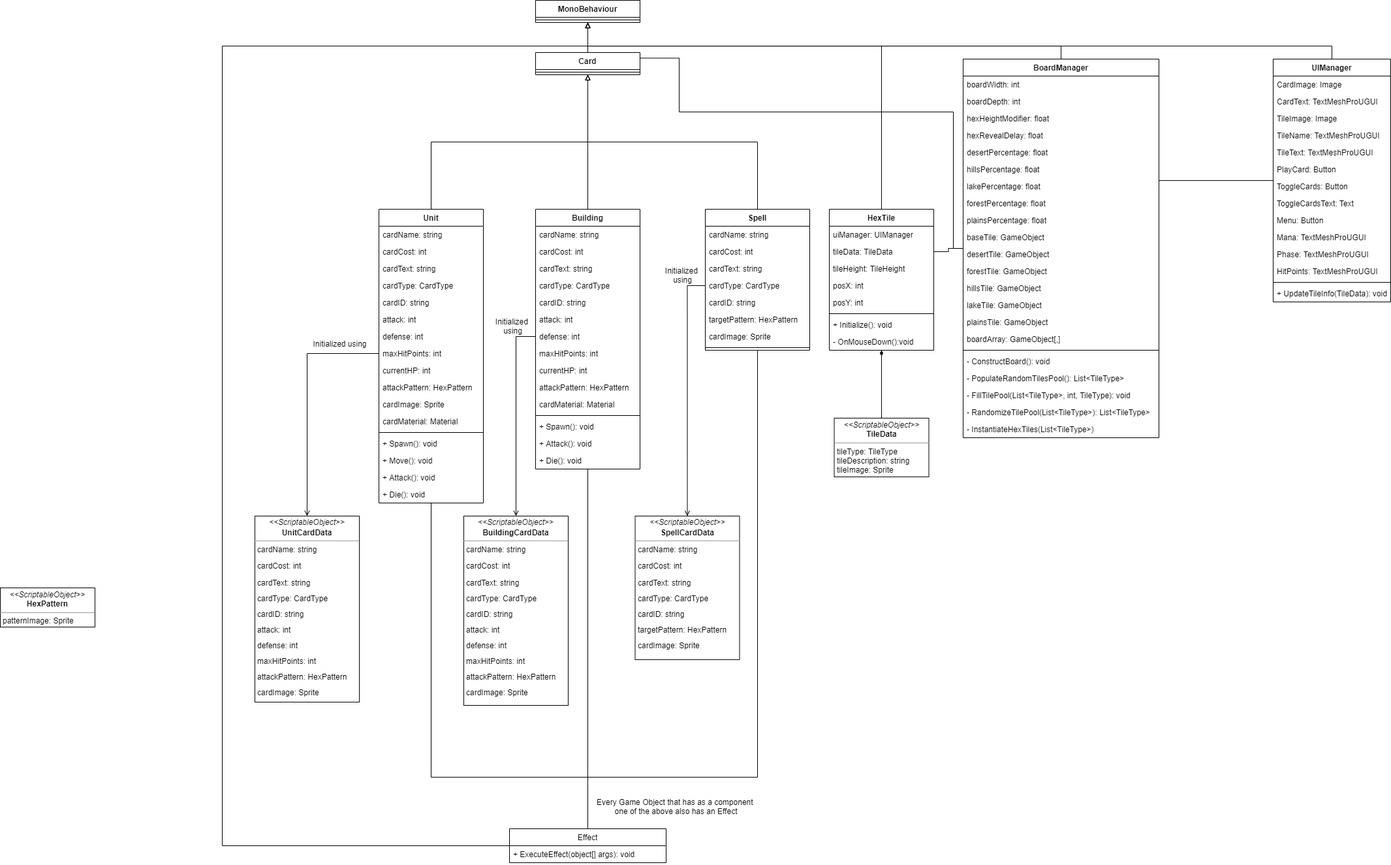
Earlier version of the draw.io export Diagrams/Class Diagram v0.3.png (Syrko/Ptixiaki-Ergasia). Source tidied: cells renumbered, new cells last; positions are measured from the earlier drawing's top-left corner, leaving out a move shared by most shapes.
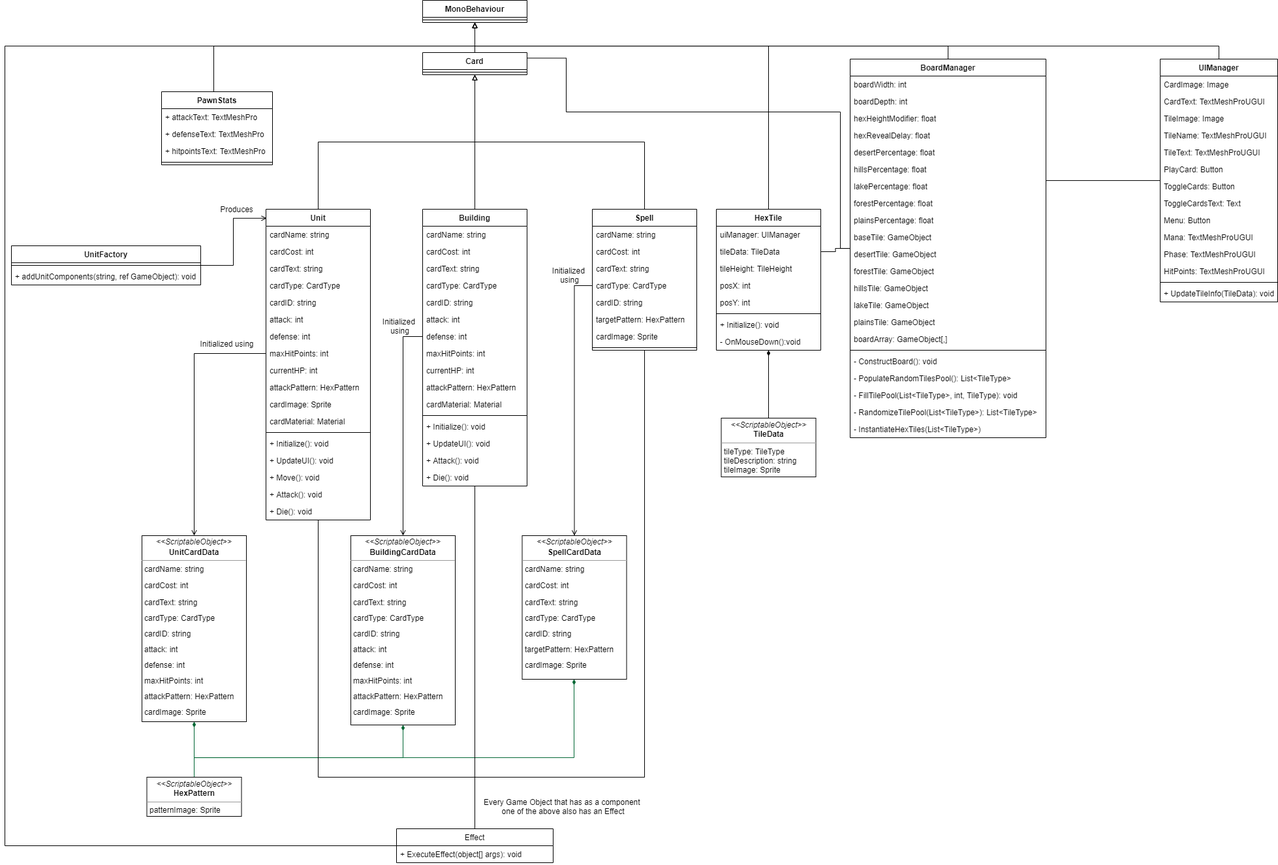
The same diagram one commit later.

Commit message:
Class diagram update

What changed in the source:
```diff
@@ -15,7 +15,7 @@
       <mxGeometry relative="1" as="geometry" />
     </mxCell>
     <mxCell id="6" value="Unit" style="swimlane;fontStyle=1;align=center;verticalAlign=top;horizontal=1;startSize=26;" parent="1" vertex="1">
-      <mxGeometry x="580" y="320" width="160" height="450" as="geometry" />
+      <mxGeometry x="580" y="320" width="160" height="476" as="geometry" />
     </mxCell>
     <mxCell id="7" value="cardName: string" style="text;strokeColor=none;fillColor=none;align=left;verticalAlign=top;spacingLeft=4;spacingRight=4;overflow=hidden;" parent="6" vertex="1">
       <mxGeometry y="26" width="160" height="26" as="geometry" />
@@ -56,17 +56,20 @@
     <mxCell id="19" style="line;strokeWidth=1;fillColor=none;align=left;verticalAlign=middle;spacingTop=-1;spacingLeft=3;spacingRight=3;labelPosition=right;" parent="6" vertex="1">
       <mxGeometry y="338" width="160" height="8" as="geometry" />
     </mxCell>
-    <mxCell id="20" value="+ Spawn(): void" style="text;strokeColor=none;fillColor=none;align=left;verticalAlign=top;spacingLeft=4;spacingRight=4;overflow=hidden;" parent="6" vertex="1">
+    <mxCell id="20" value="+ Initialize(): void" style="text;strokeColor=none;fillColor=none;align=left;verticalAlign=top;spacingLeft=4;spacingRight=4;overflow=hidden;" parent="6" vertex="1">
       <mxGeometry y="346" width="160" height="26" as="geometry" />
     </mxCell>
+    <mxCell id="125" value="+ UpdateUI(): void" style="text;strokeColor=none;fillColor=none;align=left;verticalAlign=top;spacingLeft=4;spacingRight=4;overflow=hidden;" parent="6" vertex="1">
+      <mxGeometry y="372" width="160" height="26" as="geometry" />
+    </mxCell>
     <mxCell id="21" value="+ Move(): void" style="text;strokeColor=none;fillColor=none;align=left;verticalAlign=top;spacingLeft=4;spacingRight=4;overflow=hidden;" parent="6" vertex="1">
-      <mxGeometry y="372" width="160" height="26" as="geometry" />
+      <mxGeometry y="398" width="160" height="26" as="geometry" />
     </mxCell>
     <mxCell id="22" value="+ Attack(): void" style="text;strokeColor=none;fillColor=none;align=left;verticalAlign=top;spacingLeft=4;spacingRight=4;overflow=hidden;" parent="6" vertex="1">
-      <mxGeometry y="398" width="160" height="26" as="geometry" />
+      <mxGeometry y="424" width="160" height="26" as="geometry" />
     </mxCell>
     <mxCell id="23" value="+ Die(): void" style="text;strokeColor=none;fillColor=none;align=left;verticalAlign=top;spacingLeft=4;spacingRight=4;overflow=hidden;" parent="6" vertex="1">
-      <mxGeometry y="424" width="160" height="26" as="geometry" />
+      <mxGeometry y="450" width="160" height="26" as="geometry" />
     </mxCell>
     <mxCell id="24" style="edgeStyle=orthogonalEdgeStyle;rounded=0;jettySize=auto;html=1;exitX=0.5;exitY=0;exitDx=0;exitDy=0;endArrow=block;endFill=0;" parent="1" edge="1" source="25" target="3">
       <mxGeometry relative="1" as="geometry" />
@@ -302,22 +305,41 @@
       <mxGeometry relative="1" as="geometry" />
     </mxCell>
     <mxCell id="93" value="&lt;p style=&quot;margin: 4px 0px 0px ; text-align: center ; line-height: 1&quot;&gt;&lt;i&gt;&amp;lt;&amp;lt;ScriptableObject&amp;gt;&amp;gt;&lt;/i&gt;&lt;/p&gt;&lt;p style=&quot;margin: 4px 0px 0px ; text-align: center ; line-height: 1&quot;&gt;&lt;b&gt;UnitCardData&lt;/b&gt;&lt;/p&gt;&lt;hr size=&quot;1&quot;&gt;&lt;p style=&quot;margin: 0px ; margin-left: 4px&quot;&gt;cardName: string&lt;/p&gt;&lt;p style=&quot;margin: 0px 0px 0px 4px ; line-height: 1&quot;&gt;&lt;br&gt;&lt;/p&gt;&lt;p style=&quot;margin: 0px 0px 0px 4px ; line-height: 1&quot;&gt;cardCost: int&lt;/p&gt;&lt;p style=&quot;margin: 0px ; margin-left: 4px&quot;&gt;&lt;br&gt;&lt;/p&gt;&lt;p style=&quot;margin: 0px 0px 0px 4px ; line-height: 1&quot;&gt;cardText: string&lt;/p&gt;&lt;p style=&quot;margin: 0px 0px 0px 4px ; line-height: 1&quot;&gt;&lt;br&gt;&lt;/p&gt;&lt;p style=&quot;margin: 0px 0px 0px 4px ; line-height: 1&quot;&gt;cardType: CardType&lt;/p&gt;&lt;p style=&quot;margin: 0px 0px 0px 4px ; line-height: 1&quot;&gt;&lt;br&gt;&lt;/p&gt;&lt;p style=&quot;margin: 0px 0px 0px 4px ; line-height: 1&quot;&gt;cardID: string&lt;/p&gt;&lt;p style=&quot;margin: 0px 0px 0px 4px ; line-height: 1&quot;&gt;&lt;br&gt;&lt;/p&gt;&lt;p style=&quot;margin: 0px 0px 0px 4px ; line-height: 1&quot;&gt;attack: int&lt;/p&gt;&lt;p style=&quot;margin: 0px 0px 0px 4px ; line-height: 1&quot;&gt;&lt;br&gt;&lt;/p&gt;&lt;p style=&quot;margin: 0px 0px 0px 4px ; line-height: 1&quot;&gt;defense: int&lt;/p&gt;&lt;p style=&quot;margin: 0px 0px 0px 4px ; line-height: 1&quot;&gt;&lt;br&gt;&lt;/p&gt;&lt;p style=&quot;margin: 0px 0px 0px 4px ; line-height: 1&quot;&gt;maxHitPoints: int&lt;/p&gt;&lt;p style=&quot;margin: 0px 0px 0px 4px ; line-height: 1&quot;&gt;&lt;br&gt;&lt;/p&gt;&lt;p style=&quot;margin: 0px 0px 0px 4px ; line-height: 1&quot;&gt;attackPattern: HexPattern&lt;/p&gt;&lt;p style=&quot;margin: 0px 0px 0px 4px ; line-height: 1&quot;&gt;&lt;br&gt;&lt;/p&gt;&lt;p style=&quot;margin: 0px 0px 0px 4px ; line-height: 1&quot;&gt;cardImage: Sprite&lt;br&gt;&lt;/p&gt;&lt;p style=&quot;margin: 0px ; margin-left: 4px&quot;&gt;&lt;br&gt;&lt;/p&gt;" style="verticalAlign=top;align=left;overflow=fill;fontSize=12;fontFamily=Helvetica;html=1;" parent="1" vertex="1">
-      <mxGeometry x="390" y="790" width="160" height="285" as="geometry" />
+      <mxGeometry x="390" y="820" width="160" height="285" as="geometry" />
     </mxCell>
+    <mxCell id="126" style="edgeStyle=orthogonalEdgeStyle;rounded=0;jettySize=auto;html=1;startArrow=none;startFill=0;endArrow=diamondThin;endFill=1;strokeColor=#006633;" parent="1" edge="1" source="94" target="93">
+      <mxGeometry relative="1" as="geometry" />
+    </mxCell>
+    <mxCell id="127" style="edgeStyle=orthogonalEdgeStyle;rounded=0;jettySize=auto;html=1;startArrow=none;startFill=0;endArrow=diamondThin;endFill=1;strokeColor=#006633;" parent="1" edge="1" source="94" target="96">
+      <mxGeometry relative="1" as="geometry">
+        <Array as="points">
+          <mxPoint x="470" y="1160" />
+          <mxPoint x="790" y="1160" />
+        </Array>
+      </mxGeometry>
+    </mxCell>
+    <mxCell id="128" style="edgeStyle=orthogonalEdgeStyle;rounded=0;jettySize=auto;html=1;startArrow=none;startFill=0;endArrow=diamondThin;endFill=1;strokeColor=#006633;" parent="1" edge="1" source="94" target="98">
+      <mxGeometry relative="1" as="geometry">
+        <Array as="points">
+          <mxPoint x="470" y="1160" />
+          <mxPoint x="1052" y="1160" />
+        </Array>
+      </mxGeometry>
+    </mxCell>
     <mxCell id="94" value="&lt;p style=&quot;margin: 0px ; margin-top: 4px ; text-align: center&quot;&gt;&lt;i&gt;&amp;lt;&amp;lt;ScriptableObject&amp;gt;&amp;gt;&lt;/i&gt;&lt;br&gt;&lt;b&gt;HexPattern&lt;/b&gt;&lt;/p&gt;&lt;hr size=&quot;1&quot;&gt;&lt;p style=&quot;margin: 0px 0px 0px 4px ; line-height: 1&quot;&gt;patternImage: Sprite&lt;/p&gt;&lt;p style=&quot;margin: 0px 0px 0px 4px ; line-height: 1&quot;&gt;&lt;br&gt;&lt;/p&gt;&lt;p style=&quot;margin: 0px 0px 0px 4px ; line-height: 1&quot;&gt;&lt;br&gt;&lt;/p&gt;" style="verticalAlign=top;align=left;overflow=fill;fontSize=12;fontFamily=Helvetica;html=1;" parent="1" vertex="1">
-      <mxGeometry y="900" width="145" height="60" as="geometry" />
+      <mxGeometry x="397.5" y="1190" width="145" height="60" as="geometry" />
     </mxCell>
     <mxCell id="95" style="edgeStyle=orthogonalEdgeStyle;rounded=0;jettySize=auto;html=1;exitX=0.5;exitY=0;exitDx=0;exitDy=0;entryX=0;entryY=0.5;entryDx=0;entryDy=0;endArrow=none;endFill=0;startArrow=open;startFill=0;" parent="1" edge="1" source="96" target="110">
       <mxGeometry relative="1" as="geometry" />
     </mxCell>
     <mxCell id="96" value="&lt;p style=&quot;margin: 4px 0px 0px ; text-align: center ; line-height: 1&quot;&gt;&lt;i&gt;&amp;lt;&amp;lt;ScriptableObject&amp;gt;&amp;gt;&lt;/i&gt;&lt;/p&gt;&lt;p style=&quot;margin: 4px 0px 0px ; text-align: center ; line-height: 1&quot;&gt;&lt;b&gt;BuildingCardData&lt;/b&gt;&lt;/p&gt;&lt;hr size=&quot;1&quot;&gt;&lt;p style=&quot;margin: 0px ; margin-left: 4px&quot;&gt;cardName: string&lt;/p&gt;&lt;p style=&quot;margin: 0px 0px 0px 4px ; line-height: 1&quot;&gt;&lt;br&gt;&lt;/p&gt;&lt;p style=&quot;margin: 0px 0px 0px 4px ; line-height: 1&quot;&gt;cardCost: int&lt;/p&gt;&lt;p style=&quot;margin: 0px ; margin-left: 4px&quot;&gt;&lt;br&gt;&lt;/p&gt;&lt;p style=&quot;margin: 0px 0px 0px 4px ; line-height: 1&quot;&gt;cardText: string&lt;/p&gt;&lt;p style=&quot;margin: 0px 0px 0px 4px ; line-height: 1&quot;&gt;&lt;br&gt;&lt;/p&gt;&lt;p style=&quot;margin: 0px 0px 0px 4px ; line-height: 1&quot;&gt;cardType: CardType&lt;/p&gt;&lt;p style=&quot;margin: 0px 0px 0px 4px ; line-height: 1&quot;&gt;&lt;br&gt;&lt;/p&gt;&lt;p style=&quot;margin: 0px 0px 0px 4px ; line-height: 1&quot;&gt;cardID: string&lt;/p&gt;&lt;p style=&quot;margin: 0px 0px 0px 4px ; line-height: 1&quot;&gt;&lt;br&gt;&lt;/p&gt;&lt;p style=&quot;margin: 0px 0px 0px 4px ; line-height: 1&quot;&gt;attack: int&lt;/p&gt;&lt;p style=&quot;margin: 0px 0px 0px 4px ; line-height: 1&quot;&gt;&lt;br&gt;&lt;/p&gt;&lt;p style=&quot;margin: 0px 0px 0px 4px ; line-height: 1&quot;&gt;defense: int&lt;/p&gt;&lt;p style=&quot;margin: 0px 0px 0px 4px ; line-height: 1&quot;&gt;&lt;br&gt;&lt;/p&gt;&lt;p style=&quot;margin: 0px 0px 0px 4px ; line-height: 1&quot;&gt;maxHitPoints: int&lt;/p&gt;&lt;p style=&quot;margin: 0px 0px 0px 4px ; line-height: 1&quot;&gt;&lt;br&gt;&lt;/p&gt;&lt;p style=&quot;margin: 0px 0px 0px 4px ; line-height: 1&quot;&gt;attackPattern: HexPattern&lt;/p&gt;&lt;p style=&quot;margin: 0px 0px 0px 4px ; line-height: 1&quot;&gt;&lt;br&gt;&lt;/p&gt;&lt;p style=&quot;margin: 0px 0px 0px 4px ; line-height: 1&quot;&gt;cardImage: Sprite&lt;br&gt;&lt;/p&gt;&lt;p style=&quot;margin: 0px 0px 0px 4px ; line-height: 1&quot;&gt;&lt;br&gt;&lt;/p&gt;&lt;p style=&quot;margin: 0px 0px 0px 4px ; line-height: 1&quot;&gt;&lt;br&gt;&lt;/p&gt;&lt;p style=&quot;margin: 0px ; margin-left: 4px&quot;&gt;&lt;br&gt;&lt;/p&gt;" style="verticalAlign=top;align=left;overflow=fill;fontSize=12;fontFamily=Helvetica;html=1;" parent="1" vertex="1">
-      <mxGeometry x="710" y="790" width="160" height="290" as="geometry" />
+      <mxGeometry x="710" y="820" width="160" height="290" as="geometry" />
     </mxCell>
     <mxCell id="97" style="edgeStyle=orthogonalEdgeStyle;rounded=0;jettySize=auto;html=1;exitX=0.5;exitY=0;exitDx=0;exitDy=0;entryX=0;entryY=0.5;entryDx=0;entryDy=0;endArrow=none;endFill=0;startArrow=open;startFill=0;" parent="1" edge="1" source="98" target="29">
       <mxGeometry relative="1" as="geometry" />
     </mxCell>
     <mxCell id="98" value="&lt;p style=&quot;margin: 4px 0px 0px ; text-align: center ; line-height: 1&quot;&gt;&lt;i&gt;&amp;lt;&amp;lt;ScriptableObject&amp;gt;&amp;gt;&lt;/i&gt;&lt;/p&gt;&lt;p style=&quot;margin: 4px 0px 0px ; text-align: center ; line-height: 1&quot;&gt;&lt;b&gt;SpellCardData&lt;/b&gt;&lt;/p&gt;&lt;hr size=&quot;1&quot;&gt;&lt;p style=&quot;margin: 0px ; margin-left: 4px&quot;&gt;cardName: string&lt;/p&gt;&lt;p style=&quot;margin: 0px 0px 0px 4px ; line-height: 1&quot;&gt;&lt;br&gt;&lt;/p&gt;&lt;p style=&quot;margin: 0px 0px 0px 4px ; line-height: 1&quot;&gt;cardCost: int&lt;/p&gt;&lt;p style=&quot;margin: 0px ; margin-left: 4px&quot;&gt;&lt;br&gt;&lt;/p&gt;&lt;p style=&quot;margin: 0px 0px 0px 4px ; line-height: 1&quot;&gt;cardText: string&lt;/p&gt;&lt;p style=&quot;margin: 0px 0px 0px 4px ; line-height: 1&quot;&gt;&lt;br&gt;&lt;/p&gt;&lt;p style=&quot;margin: 0px 0px 0px 4px ; line-height: 1&quot;&gt;cardType: CardType&lt;/p&gt;&lt;p style=&quot;margin: 0px 0px 0px 4px ; line-height: 1&quot;&gt;&lt;br&gt;&lt;/p&gt;&lt;p style=&quot;margin: 0px 0px 0px 4px ; line-height: 1&quot;&gt;cardID: string&lt;/p&gt;&lt;p style=&quot;margin: 0px 0px 0px 4px ; line-height: 1&quot;&gt;&lt;br&gt;&lt;/p&gt;&lt;p style=&quot;margin: 0px 0px 0px 4px ; line-height: 1&quot;&gt;&lt;span&gt;targetPattern: HexPattern&lt;/span&gt;&lt;br&gt;&lt;/p&gt;&lt;p style=&quot;margin: 0px 0px 0px 4px ; line-height: 1&quot;&gt;&lt;span&gt;&lt;br&gt;&lt;/span&gt;&lt;/p&gt;&lt;p style=&quot;margin: 0px 0px 0px 4px ; line-height: 1&quot;&gt;&lt;span&gt;cardImage: Sprite&lt;/span&gt;&lt;/p&gt;&lt;p style=&quot;margin: 0px 0px 0px 4px ; line-height: 1&quot;&gt;&lt;br&gt;&lt;/p&gt;&lt;p style=&quot;margin: 0px 0px 0px 4px ; line-height: 1&quot;&gt;&lt;br&gt;&lt;/p&gt;&lt;p style=&quot;margin: 0px ; margin-left: 4px&quot;&gt;&lt;br&gt;&lt;/p&gt;" style="verticalAlign=top;align=left;overflow=fill;fontSize=12;fontFamily=Helvetica;html=1;" parent="1" vertex="1">
-      <mxGeometry x="972.5" y="790" width="160" height="220" as="geometry" />
+      <mxGeometry x="972.5" y="820" width="160" height="220" as="geometry" />
     </mxCell>
     <mxCell id="99" style="edgeStyle=orthogonalEdgeStyle;rounded=0;jettySize=auto;html=1;startArrow=none;startFill=0;endArrow=none;endFill=0;" parent="1" edge="1" source="123" target="6">
       <mxGeometry relative="1" as="geometry">
@@ -341,14 +363,14 @@
     <mxCell id="102" style="edgeStyle=orthogonalEdgeStyle;rounded=0;jettySize=auto;html=1;startArrow=none;startFill=0;endArrow=block;endFill=0;" parent="1" edge="1" source="123" target="35">
       <mxGeometry relative="1" as="geometry">
         <Array as="points">
-          <mxPoint x="340" y="1295" />
-          <mxPoint x="340" y="70" />
+          <mxPoint x="180" y="1295" />
+          <mxPoint x="180" y="70" />
           <mxPoint x="900" y="70" />
         </Array>
       </mxGeometry>
     </mxCell>
     <mxCell id="103" value="Building" style="swimlane;fontStyle=1;align=center;verticalAlign=top;horizontal=1;startSize=26;" parent="1" vertex="1">
-      <mxGeometry x="820" y="320" width="160" height="398" as="geometry" />
+      <mxGeometry x="820" y="320" width="160" height="424" as="geometry" />
     </mxCell>
     <mxCell id="104" value="cardName: string" style="text;strokeColor=none;fillColor=none;align=left;verticalAlign=top;spacingLeft=4;spacingRight=4;overflow=hidden;" parent="103" vertex="1">
       <mxGeometry y="26" width="160" height="26" as="geometry" />
@@ -386,14 +408,17 @@
     <mxCell id="115" style="line;strokeWidth=1;fillColor=none;align=left;verticalAlign=middle;spacingTop=-1;spacingLeft=3;spacingRight=3;labelPosition=right;" parent="103" vertex="1">
       <mxGeometry y="312" width="160" height="8" as="geometry" />
     </mxCell>
-    <mxCell id="116" value="+ Spawn(): void" style="text;strokeColor=none;fillColor=none;align=left;verticalAlign=top;spacingLeft=4;spacingRight=4;overflow=hidden;" parent="103" vertex="1">
+    <mxCell id="116" value="+ Initialize(): void" style="text;strokeColor=none;fillColor=none;align=left;verticalAlign=top;spacingLeft=4;spacingRight=4;overflow=hidden;" parent="103" vertex="1">
       <mxGeometry y="320" width="160" height="26" as="geometry" />
     </mxCell>
+    <mxCell id="129" value="+ UpdateUI(): void" style="text;strokeColor=none;fillColor=none;align=left;verticalAlign=top;spacingLeft=4;spacingRight=4;overflow=hidden;" parent="103" vertex="1">
+      <mxGeometry y="346" width="160" height="26" as="geometry" />
+    </mxCell>
     <mxCell id="117" value="+ Attack(): void" style="text;strokeColor=none;fillColor=none;align=left;verticalAlign=top;spacingLeft=4;spacingRight=4;overflow=hidden;" parent="103" vertex="1">
-      <mxGeometry y="346" width="160" height="26" as="geometry" />
+      <mxGeometry y="372" width="160" height="26" as="geometry" />
     </mxCell>
     <mxCell id="118" value="+ Die(): void" style="text;strokeColor=none;fillColor=none;align=left;verticalAlign=top;spacingLeft=4;spacingRight=4;overflow=hidden;" parent="103" vertex="1">
-      <mxGeometry y="372" width="160" height="26" as="geometry" />
+      <mxGeometry y="398" width="160" height="26" as="geometry" />
     </mxCell>
     <mxCell id="119" value="Initialized using" style="text;html=1;align=center;verticalAlign=middle;strokeColor=none;fillColor=none;" parent="1" vertex="1">
       <mxGeometry x="470" y="516" width="100" height="20" as="geometry" />
@@ -413,5 +438,43 @@
     <mxCell id="124" value="+ ExecuteEffect(object[] args): void" style="text;strokeColor=none;fillColor=none;align=left;verticalAlign=top;spacingLeft=4;spacingRight=4;overflow=hidden;" parent="123" vertex="1">
       <mxGeometry y="26" width="240" height="26" as="geometry" />
     </mxCell>
+    <mxCell id="130" style="edgeStyle=orthogonalEdgeStyle;rounded=0;jettySize=auto;html=1;exitX=1;exitY=0.5;exitDx=0;exitDy=0;entryX=0.007;entryY=0.029;entryDx=0;entryDy=0;entryPerimeter=0;startArrow=none;startFill=0;endArrow=open;endFill=0;" parent="1" edge="1" source="131" target="6">
+      <mxGeometry relative="1" as="geometry" />
+    </mxCell>
+    <mxCell id="131" value="UnitFactory" style="swimlane;fontStyle=1;align=center;verticalAlign=top;horizontal=1;startSize=26;" parent="1" vertex="1">
+      <mxGeometry x="190" y="376" width="290" height="60" as="geometry" />
+    </mxCell>
+    <mxCell id="132" style="line;strokeWidth=1;fillColor=none;align=left;verticalAlign=middle;spacingTop=-1;spacingLeft=3;spacingRight=3;labelPosition=right;" parent="131" vertex="1">
+      <mxGeometry y="26" width="290" height="8" as="geometry" />
+    </mxCell>
+    <mxCell id="133" value="+ addUnitComponents(string, ref GameObject): void" style="text;strokeColor=none;fillColor=none;align=left;verticalAlign=top;spacingLeft=4;spacingRight=4;overflow=hidden;" parent="131" vertex="1">
+      <mxGeometry y="34" width="290" height="26" as="geometry" />
+    </mxCell>
+    <mxCell id="134" style="edgeStyle=orthogonalEdgeStyle;rounded=0;jettySize=auto;html=1;startArrow=none;startFill=0;endArrow=block;endFill=0;" parent="1" edge="1" source="135" target="35">
+      <mxGeometry relative="1" as="geometry">
+        <Array as="points">
+          <mxPoint x="500" y="70" />
+          <mxPoint x="900" y="70" />
+        </Array>
+      </mxGeometry>
+    </mxCell>
+    <mxCell id="135" value="PawnStats" style="swimlane;fontStyle=1;align=center;verticalAlign=top;horizontal=1;startSize=26;" parent="1" vertex="1">
+      <mxGeometry x="420" y="140" width="170" height="112" as="geometry" />
+    </mxCell>
+    <mxCell id="136" value="+ attackText: TextMeshPro" style="text;strokeColor=none;fillColor=none;align=left;verticalAlign=top;spacingLeft=4;spacingRight=4;overflow=hidden;" parent="135" vertex="1">
+      <mxGeometry y="26" width="170" height="26" as="geometry" />
+    </mxCell>
+    <mxCell id="137" value="+ defenseText: TextMeshPro" style="text;strokeColor=none;fillColor=none;align=left;verticalAlign=top;spacingLeft=4;spacingRight=4;overflow=hidden;" parent="135" vertex="1">
+      <mxGeometry y="52" width="170" height="26" as="geometry" />
+    </mxCell>
+    <mxCell id="138" value="+ hitpointsText: TextMeshPro" style="text;strokeColor=none;fillColor=none;align=left;verticalAlign=top;spacingLeft=4;spacingRight=4;overflow=hidden;" parent="135" vertex="1">
+      <mxGeometry y="78" width="170" height="26" as="geometry" />
+    </mxCell>
+    <mxCell id="139" style="line;strokeWidth=1;fillColor=none;align=left;verticalAlign=middle;spacingTop=-1;spacingLeft=3;spacingRight=3;labelPosition=right;" parent="135" vertex="1">
+      <mxGeometry y="104" width="170" height="8" as="geometry" />
+    </mxCell>
+    <mxCell id="140" value="Produces" style="text;html=1;align=center;verticalAlign=middle;strokeColor=none;fillColor=none;" parent="1" vertex="1">
+      <mxGeometry x="500" y="310" width="70" height="20" as="geometry" />
+    </mxCell>
   </root>
 </mxGraphModel>
```
